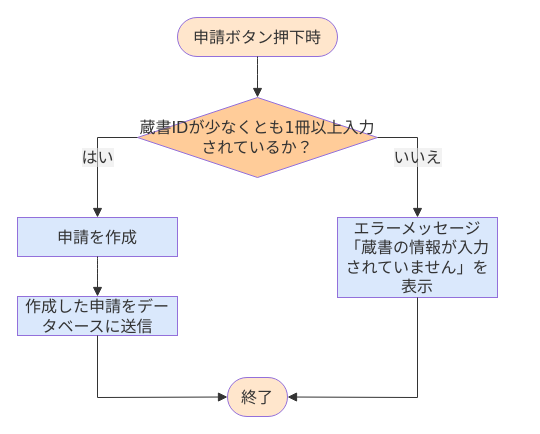
This is 詳細設計書/7班/flowchart/返却申請.drawio from rs002421-creator/-, a draw.io file, before an edit. Source tidied: cells renumbered, new cells numbered last; positions are measured from the earlier drawing's top-left corner, leaving out a move shared by most shapes. Both pictures are drawn from the tidied source at 100%, with x=0, y=0 at pixel (17, 17).
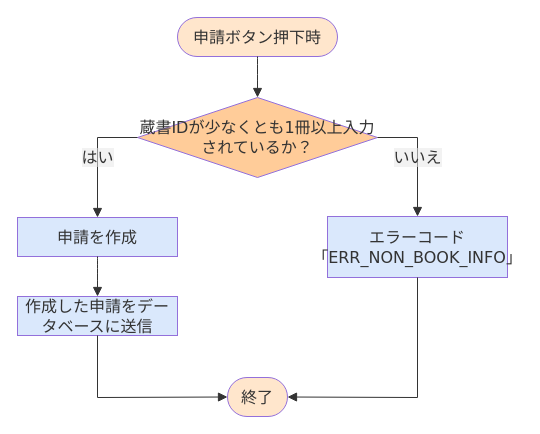
The same diagram, later.

The edit, as a diff of the source:
```diff
@@
 <mxGraphModel>
   <root>
     <mxCell id="0" />
     <mxCell id="1" parent="0" />
     <mxCell id="2" value="申請ボタン押下時" style="html=1;rounded=1;whiteSpace=wrap;arcSize=50;strokeWidth=1;fillColor=light-dark(#FFE6CC,#1F2020);strokeColor=light-dark(#9370DB,#cccccc);fontColor=light-dark(#333333,#cccccc);fontFamily=Trebuchet MS,Verdana,Arial,sans-serif;fontSize=16;" parent="1" vertex="1">
       <mxGeometry x="160" width="160" height="39" as="geometry" />
     </mxCell>
     <mxCell id="3" value="蔵書IDが少なくとも1冊以上入力されているか？" style="rhombus;html=1;strokeWidth=1;whiteSpace=wrap;fillColor=light-dark(#FFCC99,#1F2020);strokeColor=light-dark(#9370DB,#cccccc);fontColor=light-dark(#333333,#cccccc);fontFamily=Trebuchet MS,Verdana,Arial,sans-serif;fontSize=16;" parent="1" vertex="1">
       <mxGeometry x="120" y="80" width="240" height="80" as="geometry" />
     </mxCell>
     <mxCell id="4" value="申請を作成" style="html=1;whiteSpace=wrap;strokeWidth=1;fillColor=light-dark(#DAE8FC,#1F2020);strokeColor=light-dark(#9370DB,#cccccc);fontColor=light-dark(#333333,#cccccc);fontFamily=Trebuchet MS,Verdana,Arial,sans-serif;fontSize=16;" parent="1" vertex="1">
       <mxGeometry y="200" width="160" height="39" as="geometry" />
     </mxCell>
-    <mxCell id="5" value="エラーメッセージ「蔵書の情報が入力されていません」を表示" style="html=1;whiteSpace=wrap;strokeWidth=1;fillColor=light-dark(#DAE8FC,#1F2020);strokeColor=light-dark(#9370DB,#cccccc);fontColor=light-dark(#333333,#cccccc);fontFamily=Trebuchet MS,Verdana,Arial,sans-serif;fontSize=16;" parent="1" vertex="1">
-      <mxGeometry x="320" y="200" width="160" height="80" as="geometry" />
+    <mxCell id="5" value="エラーコード「ERR_NON_BOOK_INFO」" style="html=1;whiteSpace=wrap;strokeWidth=1;fillColor=light-dark(#DAE8FC,#1F2020);strokeColor=light-dark(#9370DB,#cccccc);fontColor=light-dark(#333333,#cccccc);fontFamily=Trebuchet MS,Verdana,Arial,sans-serif;fontSize=16;" parent="1" vertex="1">
+      <mxGeometry x="310" y="199" width="180" height="61" as="geometry" />
     </mxCell>
     <mxCell id="6" value="作成した申請をデータベースに送信" style="html=1;whiteSpace=wrap;strokeWidth=1;fillColor=light-dark(#DAE8FC,#1F2020);strokeColor=light-dark(#9370DB,#cccccc);fontColor=light-dark(#333333,#cccccc);fontFamily=Trebuchet MS,Verdana,Arial,sans-serif;fontSize=16;" parent="1" vertex="1">
       <mxGeometry y="279" width="160" height="39" as="geometry" />
     </mxCell>
     <mxCell id="7" value="終了" style="html=1;rounded=1;whiteSpace=wrap;arcSize=50;strokeWidth=1;fillColor=light-dark(#FFE6CC,#1F2020);strokeColor=light-dark(#9370DB,#cccccc);fontColor=light-dark(#333333,#cccccc);fontFamily=Trebuchet MS,Verdana,Arial,sans-serif;fontSize=16;" parent="1" vertex="1">
       <mxGeometry x="210" y="360" width="60" height="39" as="geometry" />
     </mxCell>
     <mxCell id="8" style="curved=1;startArrow=none;endArrow=block;endSize=7;strokeColor=light-dark(#333333,#cccccc);exitX=0.5;exitY=1;entryX=0.5;entryY=0;rounded=0;fontSize=12;" parent="1" edge="1" source="2" target="3">
       <mxGeometry relative="1" as="geometry" />
     </mxCell>
     <mxCell id="9" value="はい" style="curved=0;startArrow=none;endArrow=block;endSize=7;strokeColor=light-dark(#333333,#cccccc);html=1;fontSize=16;labelBackgroundColor=light-dark(#E8E8E88D,#2a2a2a8D);fontFamily=Trebuchet MS,Verdana,Arial,sans-serif;fontColor=light-dark(#333333,#cccccc);exitX=0;exitY=0.5;entryX=0.5;entryY=0;rounded=0;exitDx=0;exitDy=0;" parent="1" edge="1" source="3" target="4">
       <mxGeometry relative="1" as="geometry">
         <Array as="points">
           <mxPoint x="80" y="120" />
         </Array>
       </mxGeometry>
     </mxCell>
     <mxCell id="10" value="いいえ" style="curved=0;startArrow=none;endArrow=block;endSize=7;strokeColor=light-dark(#333333,#cccccc);html=1;fontSize=16;labelBackgroundColor=light-dark(#E8E8E88D,#2a2a2a8D);fontFamily=Trebuchet MS,Verdana,Arial,sans-serif;fontColor=light-dark(#333333,#cccccc);entryX=0.5;entryY=0;rounded=0;exitX=1;exitY=0.5;exitDx=0;exitDy=0;" parent="1" edge="1" source="3" target="5">
       <mxGeometry relative="1" as="geometry">
         <Array as="points">
           <mxPoint x="400" y="120" />
         </Array>
       </mxGeometry>
     </mxCell>
     <mxCell id="11" style="curved=1;startArrow=none;endArrow=block;endSize=7;strokeColor=light-dark(#333333,#cccccc);exitX=0.5;exitY=1;entryX=0.5;entryY=0;rounded=0;fontSize=12;" parent="1" edge="1" source="4" target="6">
       <mxGeometry relative="1" as="geometry" />
     </mxCell>
     <mxCell id="12" style="curved=0;startArrow=none;endArrow=block;endSize=7;strokeColor=light-dark(#333333,#cccccc);exitX=0.5;exitY=1;entryX=0;entryY=0.5;rounded=0;fontSize=12;entryDx=0;entryDy=0;" parent="1" edge="1" source="6" target="7">
       <mxGeometry relative="1" as="geometry">
         <Array as="points">
           <mxPoint x="80" y="380" />
         </Array>
       </mxGeometry>
     </mxCell>
     <mxCell id="13" style="curved=0;startArrow=none;endArrow=block;endSize=7;strokeColor=light-dark(#333333,#cccccc);exitX=0.5;exitY=1;entryX=1;entryY=0.5;rounded=0;fontSize=12;entryDx=0;entryDy=0;" parent="1" edge="1" source="5" target="7">
       <mxGeometry relative="1" as="geometry">
         <Array as="points">
           <mxPoint x="400" y="380" />
         </Array>
       </mxGeometry>
     </mxCell>
   </root>
 </mxGraphModel>
```
